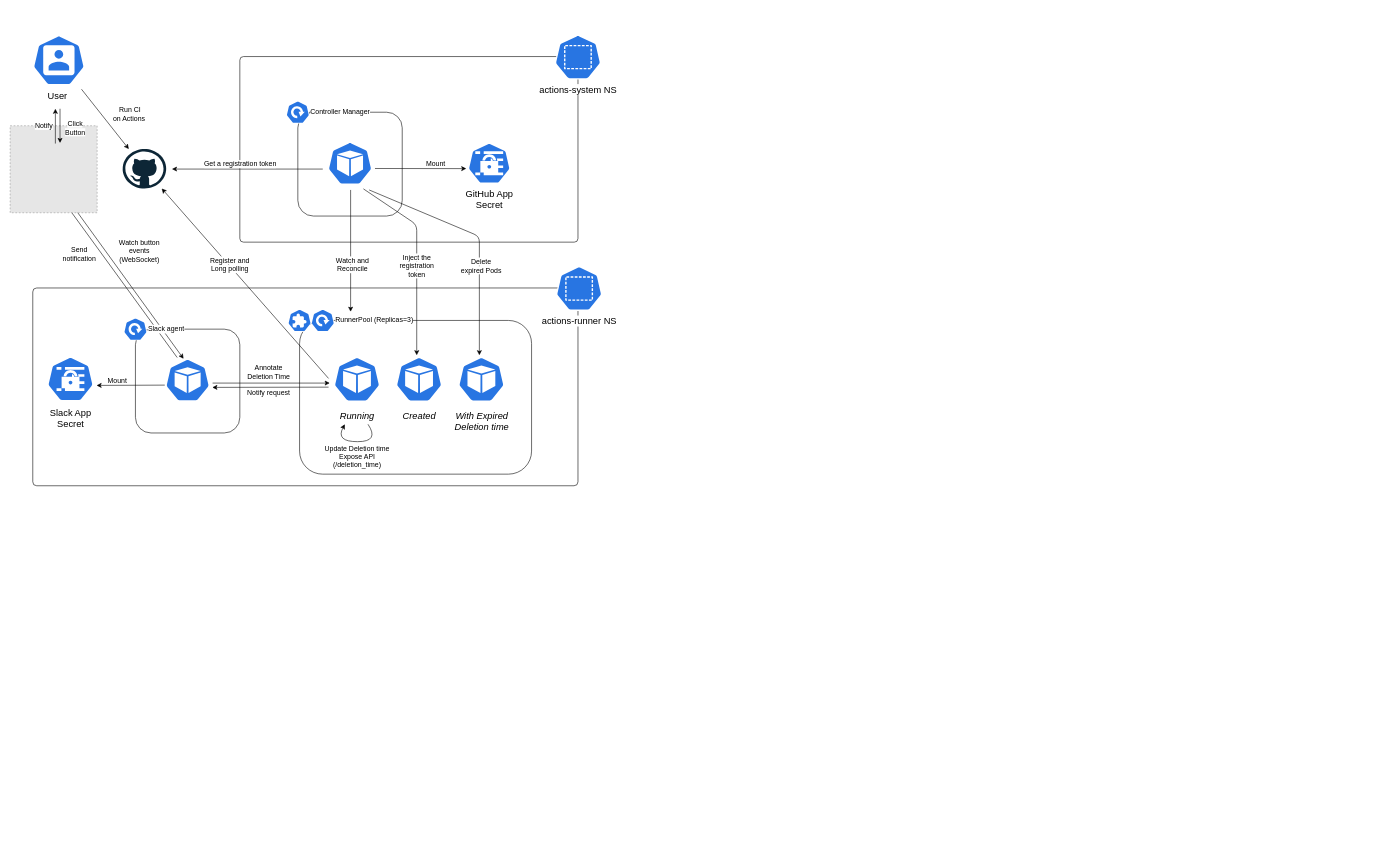
Before: docs/images/architecture.drawio in cybozu-go/meows, a draw.io diagram. Source tidied: cells renumbered, new cells numbered last; positions are measured from the earlier drawing's top-left corner, leaving out a move shared by most shapes. Both pictures are drawn from the tidied source at 58%, with x=0, y=0 at pixel (10, 10). Pictures stored in the file or linked from it are replaced by grey dashed boxes.
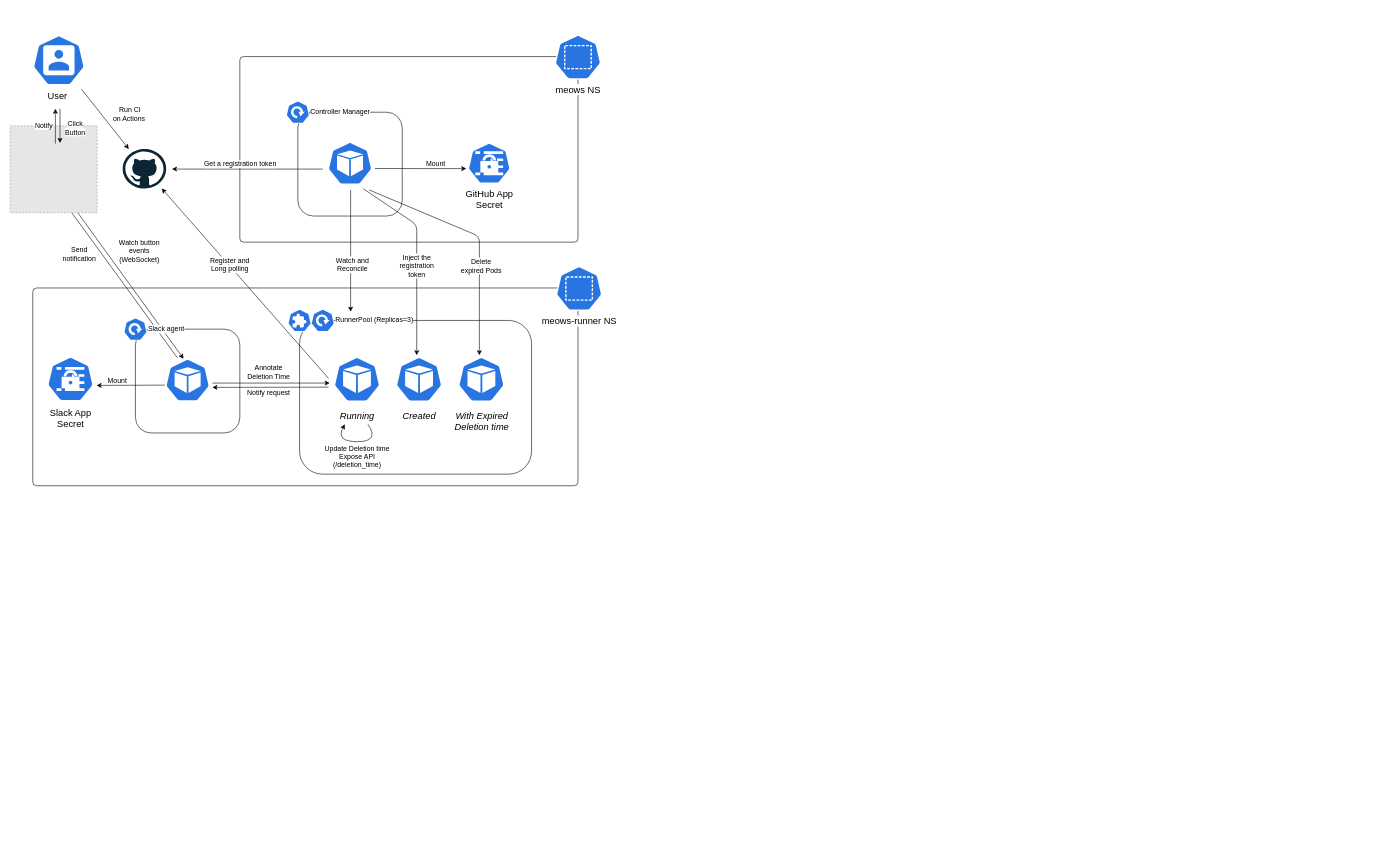
Above is the later version.

What changed in the source:
```diff
@@
-    <mxCell id="5" value="actions-system NS" style="html=1;dashed=0;whitespace=wrap;fillColor=#2875E2;strokeColor=#ffffff;shape=mxgraph.kubernetes.icon;prIcon=ns;fontSize=16;labelPosition=center;verticalLabelPosition=bottom;align=center;verticalAlign=top;labelBackgroundColor=#ffffff;" parent="1" vertex="1">
+    <mxCell id="5" value="meows NS" style="html=1;dashed=0;whitespace=wrap;fillColor=#2875E2;strokeColor=#ffffff;shape=mxgraph.kubernetes.icon;prIcon=ns;fontSize=16;labelPosition=center;verticalLabelPosition=bottom;align=center;verticalAlign=top;labelBackgroundColor=#ffffff;" parent="1" vertex="1">
       <mxGeometry x="939" y="41" width="80" height="80" as="geometry" />
     </mxCell>
@@
-    <mxCell id="14" value="actions-runner NS" style="html=1;dashed=0;whitespace=wrap;fillColor=#2875E2;strokeColor=#ffffff;shape=mxgraph.kubernetes.icon;prIcon=ns;fontSize=16;labelPosition=center;verticalLabelPosition=bottom;align=center;verticalAlign=top;labelBackgroundColor=#ffffff;" parent="1" vertex="1">
+    <mxCell id="14" value="meows-runner NS" style="html=1;dashed=0;whitespace=wrap;fillColor=#2875E2;strokeColor=#ffffff;shape=mxgraph.kubernetes.icon;prIcon=ns;fontSize=16;labelPosition=center;verticalLabelPosition=bottom;align=center;verticalAlign=top;labelBackgroundColor=#ffffff;" parent="1" vertex="1">
       <mxGeometry x="941" y="440" width="80" height="80" as="geometry" />
     </mxCell>
```
